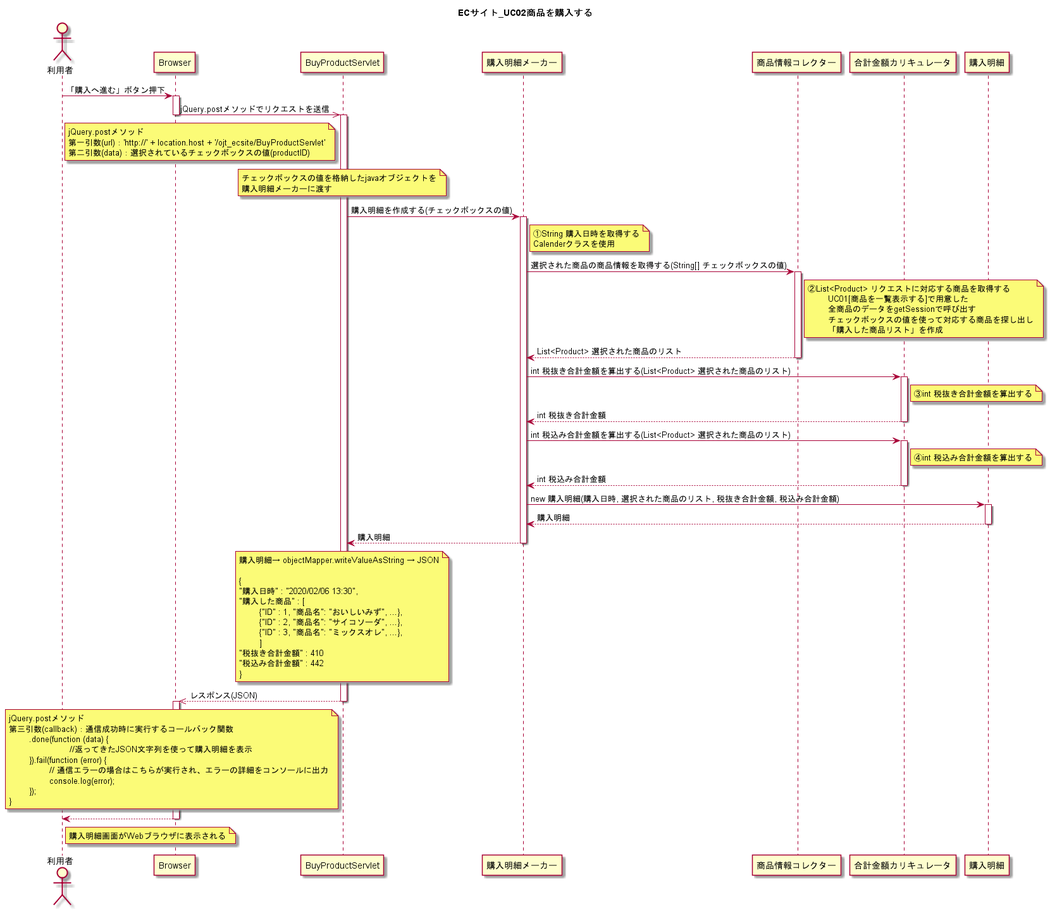
The PlantUML diagram UML/ECサイト_UC02商品を購入する.png in wnakayama/ojt_ecsite, before a commit.
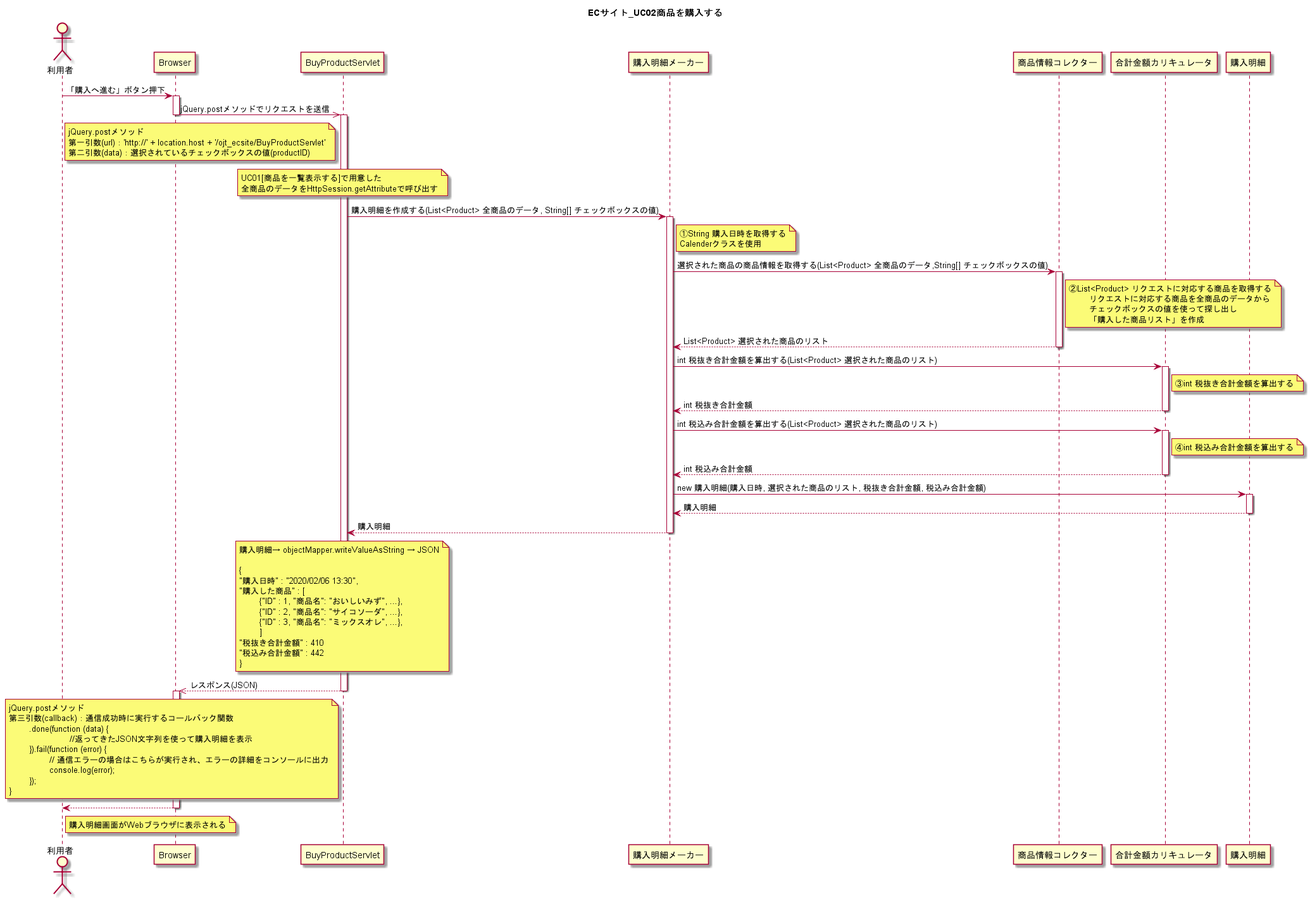
After the change.

What changed in the source:
```diff
@@ -17,11 +17,11 @@
 	end note
 
 	note over BuyProductServlet
-	チェックボックスの値を格納したjavaオブジェクトを
-	購入明細メーカーに渡す
+	UC01[商品を一覧表示する]で用意した
+	全商品のデータをHttpSession.getAttributeで呼び出す
 	end note
 
-BuyProductServlet -> 購入明細メーカー : 購入明細を作成する(チェックボックスの値)
+BuyProductServlet -> 購入明細メーカー : 購入明細を作成する(List<Product> 全商品のデータ, String[] チェックボックスの値)
 activate 購入明細メーカー
 
 	note right of 購入明細メーカー
@@ -30,13 +30,12 @@
 	end note
 
 
-購入明細メーカー -> 商品情報コレクター : 選択された商品の商品情報を取得する(String[] チェックボックスの値)
+購入明細メーカー -> 商品情報コレクター : 選択された商品の商品情報を取得する(List<Product> 全商品のデータ,String[] チェックボックスの値)
 activate 商品情報コレクター
 	note right of 商品情報コレクター
 	②List<Product> リクエストに対応する商品を取得する
-		UC01[商品を一覧表示する]で用意した
-		全商品のデータをgetSessionで呼び出す
-		チェックボックスの値を使って対応する商品を探し出し
+		リクエストに対応する商品を全商品のデータから
+		チェックボックスの値を使って探し出し
 		「購入した商品リスト」を作成
 	end note
 購入明細メーカー <-- 商品情報コレクター : List<Product> 選択された商品のリスト
```
